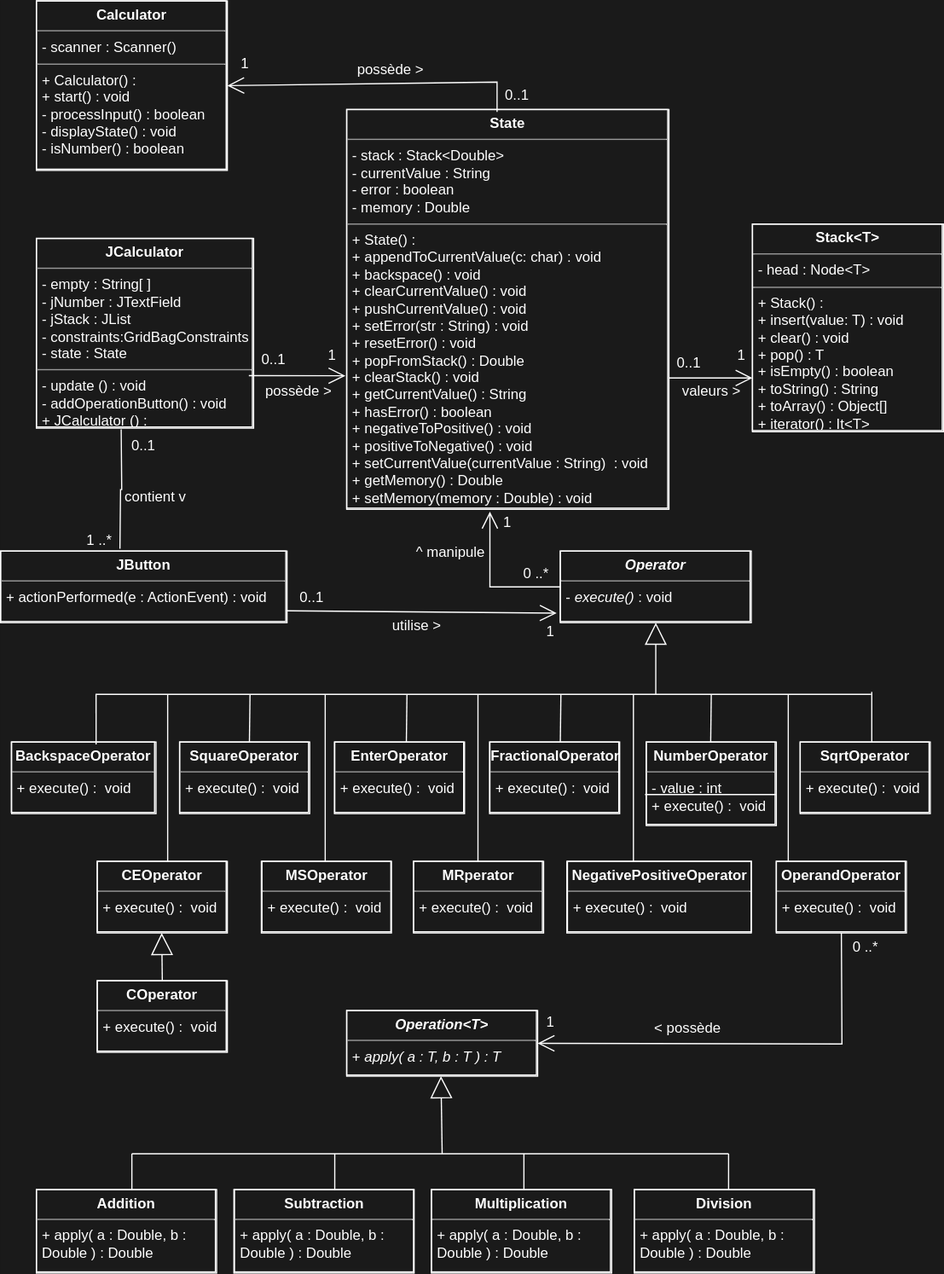
This is Diagram.svg from POO-Lestiboudois-Parisod/Lab07, a draw.io export, as it was before one commit. Source tidied: cells renumbered, new cells last; positions are measured from the earlier drawing's top-left corner, leaving out a move shared by most shapes.
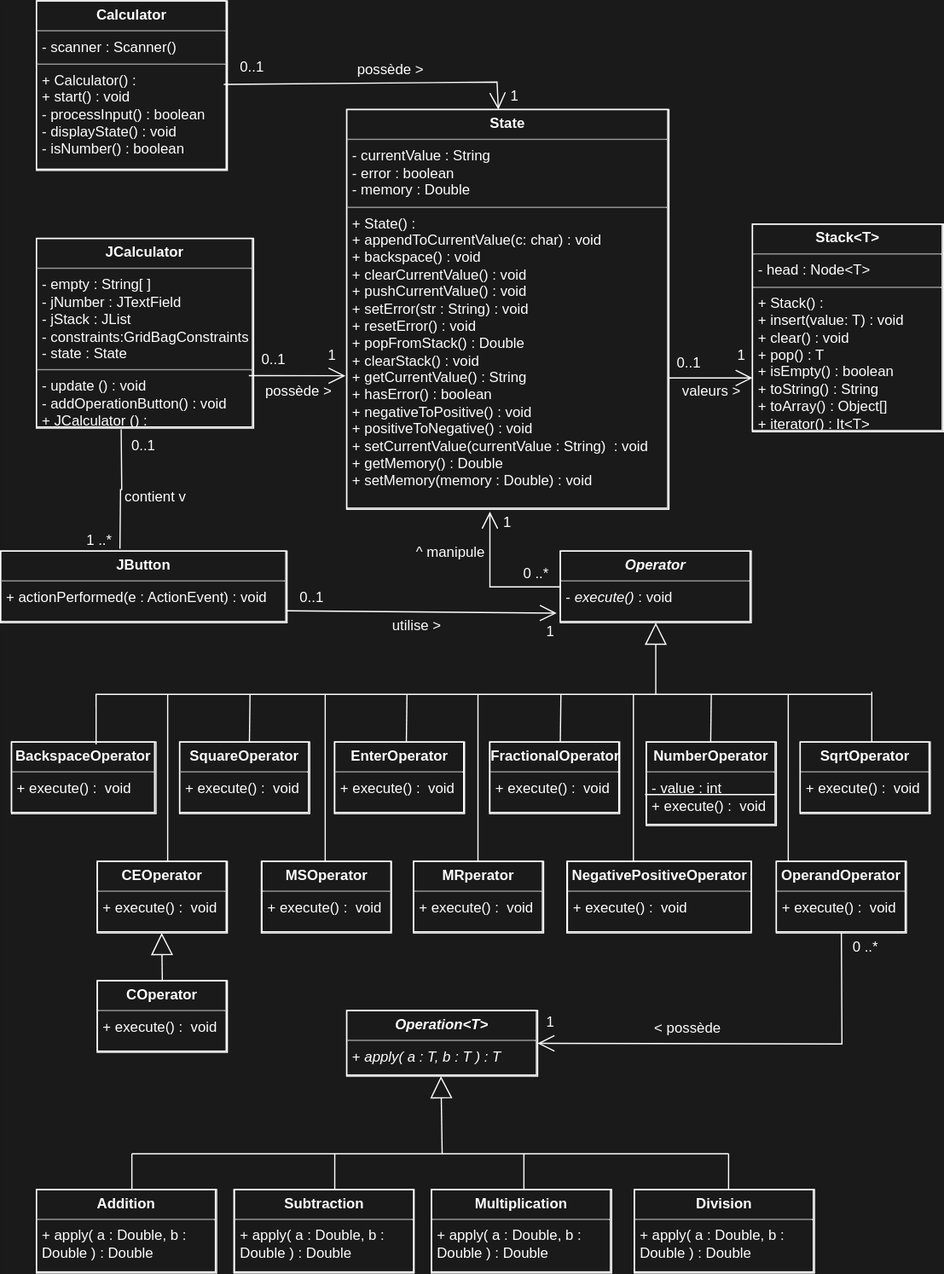
After the change.

What changed in the source:
```diff
@@ -2,7 +2,7 @@
   <root>
     <mxCell id="0" />
     <mxCell id="1" parent="0" />
-    <mxCell id="2" value="&lt;p style=&quot;margin:0px;margin-top:4px;text-align:center;&quot;&gt;&lt;b&gt;State&lt;/b&gt;&lt;/p&gt;&lt;hr size=&quot;1&quot;&gt;&lt;p style=&quot;margin:0px;margin-left:4px;&quot;&gt;- stack : Stack&amp;lt;Double&amp;gt;&lt;/p&gt;&lt;p style=&quot;margin:0px;margin-left:4px;&quot;&gt;- currentValue : String&lt;/p&gt;&lt;p style=&quot;margin:0px;margin-left:4px;&quot;&gt;- error : boolean&lt;/p&gt;&lt;p style=&quot;margin:0px;margin-left:4px;&quot;&gt;- memory : Double&lt;/p&gt;&lt;hr size=&quot;1&quot;&gt;&lt;p style=&quot;margin:0px;margin-left:4px;&quot;&gt;+ State() :&amp;nbsp;&lt;/p&gt;&lt;p style=&quot;margin:0px;margin-left:4px;&quot;&gt;+ appendToCurrentValue(c: char) : void&lt;/p&gt;&lt;p style=&quot;margin:0px;margin-left:4px;&quot;&gt;+ backspace() : void&lt;/p&gt;&lt;p style=&quot;margin:0px;margin-left:4px;&quot;&gt;+ clearCurrentValue() : void&lt;/p&gt;&lt;p style=&quot;margin:0px;margin-left:4px;&quot;&gt;+ pushCurrentValue() : void&lt;/p&gt;&lt;p style=&quot;margin:0px;margin-left:4px;&quot;&gt;+ setError(str : String) : void&lt;/p&gt;&lt;p style=&quot;margin:0px;margin-left:4px;&quot;&gt;+ resetError() : void&lt;/p&gt;&lt;p style=&quot;margin:0px;margin-left:4px;&quot;&gt;+ popFromStack() : Double&lt;/p&gt;&lt;p style=&quot;margin:0px;margin-left:4px;&quot;&gt;+ clearStack() : void&lt;/p&gt;&lt;p style=&quot;margin:0px;margin-left:4px;&quot;&gt;+ getCurrentValue() : String&lt;/p&gt;&lt;p style=&quot;margin:0px;margin-left:4px;&quot;&gt;+ hasError() : boolean&lt;/p&gt;&lt;p style=&quot;margin:0px;margin-left:4px;&quot;&gt;+ negativeToPositive() : void&lt;/p&gt;&lt;p style=&quot;margin:0px;margin-left:4px;&quot;&gt;+ positiveToNegative() : void&lt;/p&gt;&lt;p style=&quot;margin:0px;margin-left:4px;&quot;&gt;+ setCurrentValue(currentValue : String)&amp;nbsp; : void&lt;/p&gt;&lt;p style=&quot;margin:0px;margin-left:4px;&quot;&gt;+ getMemory() : Double&lt;/p&gt;&lt;p style=&quot;margin:0px;margin-left:4px;&quot;&gt;+ setMemory(memory : Double) : void&lt;/p&gt;" style="verticalAlign=top;align=left;overflow=fill;fontSize=12;fontFamily=Helvetica;html=1;whiteSpace=wrap;labelBackgroundColor=none;fillColor=none;fontColor=#FFFFFF;labelBorderColor=#FFFFFF;strokeColor=#FFFFFF;" parent="1" vertex="1">
+    <mxCell id="2" value="&lt;p style=&quot;margin:0px;margin-top:4px;text-align:center;&quot;&gt;&lt;b&gt;State&lt;/b&gt;&lt;/p&gt;&lt;hr size=&quot;1&quot;&gt;&lt;p style=&quot;margin:0px;margin-left:4px;&quot;&gt;&lt;span style=&quot;background-color: initial;&quot;&gt;- currentValue : String&lt;/span&gt;&lt;/p&gt;&lt;p style=&quot;margin:0px;margin-left:4px;&quot;&gt;- error : boolean&lt;/p&gt;&lt;p style=&quot;margin:0px;margin-left:4px;&quot;&gt;- memory : Double&lt;/p&gt;&lt;hr size=&quot;1&quot;&gt;&lt;p style=&quot;margin:0px;margin-left:4px;&quot;&gt;+ State() :&amp;nbsp;&lt;/p&gt;&lt;p style=&quot;margin:0px;margin-left:4px;&quot;&gt;+ appendToCurrentValue(c: char) : void&lt;/p&gt;&lt;p style=&quot;margin:0px;margin-left:4px;&quot;&gt;+ backspace() : void&lt;/p&gt;&lt;p style=&quot;margin:0px;margin-left:4px;&quot;&gt;+ clearCurrentValue() : void&lt;/p&gt;&lt;p style=&quot;margin:0px;margin-left:4px;&quot;&gt;+ pushCurrentValue() : void&lt;/p&gt;&lt;p style=&quot;margin:0px;margin-left:4px;&quot;&gt;+ setError(str : String) : void&lt;/p&gt;&lt;p style=&quot;margin:0px;margin-left:4px;&quot;&gt;+ resetError() : void&lt;/p&gt;&lt;p style=&quot;margin:0px;margin-left:4px;&quot;&gt;+ popFromStack() : Double&lt;/p&gt;&lt;p style=&quot;margin:0px;margin-left:4px;&quot;&gt;+ clearStack() : void&lt;/p&gt;&lt;p style=&quot;margin:0px;margin-left:4px;&quot;&gt;+ getCurrentValue() : String&lt;/p&gt;&lt;p style=&quot;margin:0px;margin-left:4px;&quot;&gt;+ hasError() : boolean&lt;/p&gt;&lt;p style=&quot;margin:0px;margin-left:4px;&quot;&gt;+ negativeToPositive() : void&lt;/p&gt;&lt;p style=&quot;margin:0px;margin-left:4px;&quot;&gt;+ positiveToNegative() : void&lt;/p&gt;&lt;p style=&quot;margin:0px;margin-left:4px;&quot;&gt;+ setCurrentValue(currentValue : String)&amp;nbsp; : void&lt;/p&gt;&lt;p style=&quot;margin:0px;margin-left:4px;&quot;&gt;+ getMemory() : Double&lt;/p&gt;&lt;p style=&quot;margin:0px;margin-left:4px;&quot;&gt;+ setMemory(memory : Double) : void&lt;/p&gt;" style="verticalAlign=top;align=left;overflow=fill;fontSize=12;fontFamily=Helvetica;html=1;whiteSpace=wrap;labelBackgroundColor=none;fillColor=none;fontColor=#FFFFFF;labelBorderColor=#FFFFFF;strokeColor=#FFFFFF;" parent="1" vertex="1">
       <mxGeometry x="290" y="91" width="270" height="335" as="geometry" />
     </mxCell>
     <mxCell id="3" value="&lt;p style=&quot;margin:0px;margin-top:4px;text-align:center;&quot;&gt;&lt;b&gt;Stack&amp;lt;T&amp;gt;&lt;/b&gt;&lt;/p&gt;&lt;hr size=&quot;1&quot;&gt;&lt;p style=&quot;margin:0px;margin-left:4px;&quot;&gt;&lt;span style=&quot;background-color: initial;&quot;&gt;- head : Node&amp;lt;T&amp;gt;&lt;/span&gt;&lt;br&gt;&lt;/p&gt;&lt;hr size=&quot;1&quot;&gt;&lt;p style=&quot;margin:0px;margin-left:4px;&quot;&gt;&lt;span style=&quot;background-color: initial;&quot;&gt;+ Stack() :&lt;/span&gt;&lt;br&gt;&lt;/p&gt;&lt;p style=&quot;margin:0px;margin-left:4px;&quot;&gt;+ insert(value: T) : void&lt;/p&gt;&lt;p style=&quot;margin:0px;margin-left:4px;&quot;&gt;+ clear() : void&lt;/p&gt;&lt;p style=&quot;margin:0px;margin-left:4px;&quot;&gt;+ pop() : T&lt;/p&gt;&lt;p style=&quot;margin:0px;margin-left:4px;&quot;&gt;+ isEmpty() : boolean&lt;/p&gt;&lt;p style=&quot;margin:0px;margin-left:4px;&quot;&gt;+ toString() : String&lt;/p&gt;&lt;p style=&quot;margin:0px;margin-left:4px;&quot;&gt;+ toArray() : Object[]&lt;/p&gt;&lt;p style=&quot;margin:0px;margin-left:4px;&quot;&gt;+ iterator() : It&amp;lt;T&amp;gt;&lt;/p&gt;" style="verticalAlign=top;align=left;overflow=fill;fontSize=12;fontFamily=Helvetica;html=1;whiteSpace=wrap;labelBackgroundColor=none;fillColor=none;fontColor=#FFFFFF;labelBorderColor=#FFFFFF;strokeColor=#FFFFFF;" parent="1" vertex="1">
@@ -229,19 +229,19 @@
     <mxCell id="57" value="&lt;p style=&quot;margin:0px;margin-top:4px;text-align:center;&quot;&gt;&lt;b&gt;Calculator&lt;/b&gt;&lt;/p&gt;&lt;hr size=&quot;1&quot;&gt;&lt;p style=&quot;margin:0px;margin-left:4px;&quot;&gt;&lt;span style=&quot;background-color: initial;&quot;&gt;- scanner : Scanner()&lt;/span&gt;&lt;br&gt;&lt;/p&gt;&lt;hr style=&quot;border-color: var(--border-color);&quot; size=&quot;1&quot;&gt;&lt;p style=&quot;border-color: var(--border-color); margin: 0px 0px 0px 4px;&quot;&gt;+ Calculator() :&lt;/p&gt;&lt;p style=&quot;border-color: var(--border-color); margin: 0px 0px 0px 4px;&quot;&gt;+ start() : void&lt;/p&gt;&lt;p style=&quot;border-color: var(--border-color); margin: 0px 0px 0px 4px;&quot;&gt;- processInput() : boolean&lt;/p&gt;&lt;p style=&quot;border-color: var(--border-color); margin: 0px 0px 0px 4px;&quot;&gt;- displayState() : void&lt;/p&gt;&lt;p style=&quot;border-color: var(--border-color); margin: 0px 0px 0px 4px;&quot;&gt;- isNumber() : boolean&lt;/p&gt;" style="verticalAlign=top;align=left;overflow=fill;fontSize=12;fontFamily=Helvetica;html=1;whiteSpace=wrap;labelBackgroundColor=none;fillColor=none;fontColor=#FFFFFF;labelBorderColor=#FFFFFF;strokeColor=#FFFFFF;" parent="1" vertex="1">
       <mxGeometry x="30" width="160" height="142" as="geometry" />
     </mxCell>
-    <mxCell id="58" style="endArrow=open;endFill=1;endSize=12;html=1;rounded=0;entryX=1;entryY=0.5;entryDx=0;entryDy=0;labelBackgroundColor=none;fontColor=#FFFFFF;fillColor=none;labelBorderColor=#FFFFFF;strokeColor=#FFFFFF;" parent="1" edge="1" target="57">
+    <mxCell id="58" style="endArrow=open;endFill=1;endSize=12;html=1;rounded=0;labelBackgroundColor=none;fontColor=#FFFFFF;fillColor=none;labelBorderColor=#FFFFFF;strokeColor=#FFFFFF;" parent="1" edge="1" target="2">
       <mxGeometry relative="1" as="geometry">
-        <mxPoint x="416" y="93" as="sourcePoint" />
+        <mxPoint x="187" y="70" as="sourcePoint" />
         <Array as="points">
           <mxPoint x="416" y="68" />
         </Array>
       </mxGeometry>
     </mxCell>
     <mxCell id="59" value="&lt;font&gt;1&lt;/font&gt;" style="text;html=1;align=center;verticalAlign=middle;whiteSpace=wrap;rounded=0;labelBackgroundColor=none;fillColor=none;fontColor=#FFFFFF;labelBorderColor=none;strokeColor=none;" parent="1" vertex="1">
-      <mxGeometry x="174.5" y="38" width="60" height="30" as="geometry" />
+      <mxGeometry x="401" y="65" width="60" height="30" as="geometry" />
     </mxCell>
     <mxCell id="60" value="&lt;font&gt;0..1&lt;/font&gt;" style="text;html=1;align=center;verticalAlign=middle;whiteSpace=wrap;rounded=0;labelBackgroundColor=none;fillColor=none;fontColor=#FFFFFF;labelBorderColor=none;strokeColor=none;" parent="1" vertex="1">
-      <mxGeometry x="403" y="64" width="60" height="30" as="geometry" />
+      <mxGeometry x="181" y="41" width="60" height="30" as="geometry" />
     </mxCell>
     <mxCell id="61" value="&lt;font&gt;possède &amp;gt;&lt;/font&gt;" style="text;html=1;align=center;verticalAlign=middle;whiteSpace=wrap;rounded=0;labelBackgroundColor=none;fillColor=none;fontColor=#FFFFFF;labelBorderColor=none;strokeColor=none;" parent="1" vertex="1">
       <mxGeometry x="297" y="43" width="60" height="30" as="geometry" />
```
